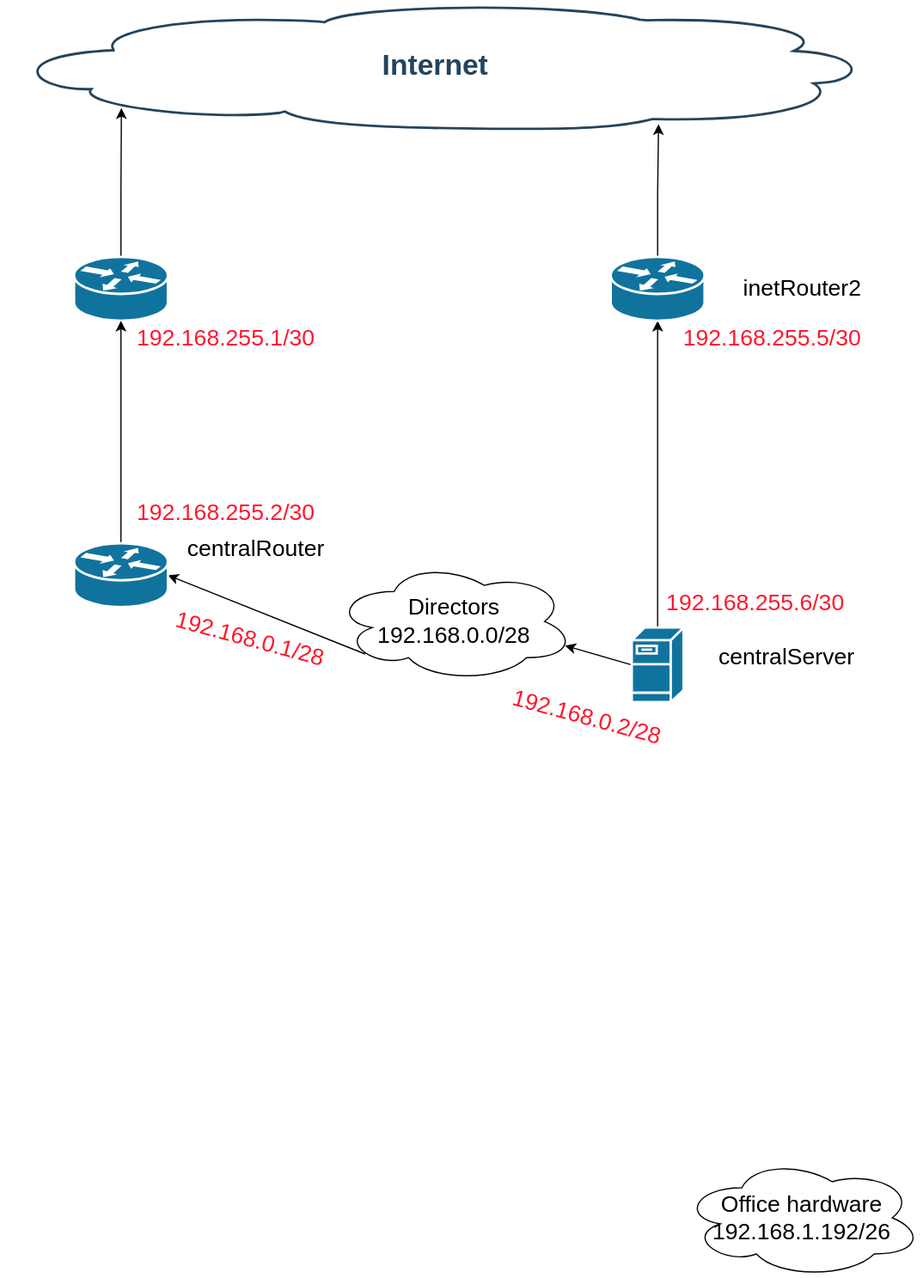
Before: Otus-Iptables/Scheme.svg, a diagram exported from draw.io (gardvor/Otus-Linux). Source tidied: cells renumbered, new cells last; positions are measured from the earlier drawing's top-left corner, leaving out a move shared by most shapes. Source of this version:
```xml
<mxGraphModel>
  <root>
    <mxCell id="0" />
    <mxCell id="1" parent="0" />
    <mxCell id="2" value="Internet" style="shape=mxgraph.cisco.storage.cloud;html=1;dashed=0;strokeColor=#23445D;fillColor=#ffffff;strokeWidth=2;fontFamily=Helvetica;fontSize=24;fontColor=#23445D;align=center;fontStyle=1;" parent="1" vertex="1">
      <mxGeometry width="720" height="106" as="geometry" />
    </mxCell>
    <mxCell id="3" style="edgeStyle=orthogonalEdgeStyle;rounded=0;jettySize=auto;html=1;exitX=0.5;exitY=0;exitDx=0;exitDy=0;exitPerimeter=0;entryX=0.138;entryY=0.833;entryDx=0;entryDy=0;entryPerimeter=0;" parent="1" edge="1" source="4" target="2">
      <mxGeometry relative="1" as="geometry" />
    </mxCell>
    <mxCell id="4" style="shape=mxgraph.cisco.routers.router;html=1;dashed=0;fillColor=#10739E;strokeColor=#ffffff;strokeWidth=2;verticalLabelPosition=bottom;verticalAlign=top;fontFamily=Helvetica;fontSize=36;fontColor=#FFB366;" parent="1" vertex="1">
      <mxGeometry x="60" y="212" width="78" height="53" as="geometry" />
    </mxCell>
    <mxCell id="5" style="rounded=0;jettySize=auto;html=1;exitX=0.13;exitY=0.77;exitDx=0;exitDy=0;exitPerimeter=0;entryX=1;entryY=0.5;entryDx=0;entryDy=0;entryPerimeter=0;fontSize=19;" parent="1" edge="1" source="14" target="10">
      <mxGeometry relative="1" as="geometry" />
    </mxCell>
    <mxCell id="6" style="edgeStyle=none;rounded=0;jettySize=auto;html=1;exitX=0;exitY=0.5;exitDx=0;exitDy=0;exitPerimeter=0;entryX=0.96;entryY=0.7;entryDx=0;entryDy=0;entryPerimeter=0;fontSize=19;fontColor=#FF172E;" parent="1" edge="1" source="8" target="14">
      <mxGeometry relative="1" as="geometry" />
    </mxCell>
    <mxCell id="7" style="edgeStyle=orthogonalEdgeStyle;rounded=0;jettySize=auto;html=1;exitX=0.5;exitY=0;exitDx=0;exitDy=0;exitPerimeter=0;entryX=0.5;entryY=1;entryDx=0;entryDy=0;entryPerimeter=0;" parent="1" edge="1" source="8" target="20">
      <mxGeometry relative="1" as="geometry" />
    </mxCell>
    <mxCell id="8" style="shape=mxgraph.cisco.servers.fileserver;html=1;dashed=0;fillColor=#10739E;strokeColor=#ffffff;strokeWidth=2;verticalLabelPosition=bottom;verticalAlign=top;fontFamily=Helvetica;fontSize=36;fontColor=#FFB366;" parent="1" vertex="1">
      <mxGeometry x="523.5" y="520" width="43" height="62" as="geometry" />
    </mxCell>
    <mxCell id="9" style="edgeStyle=orthogonalEdgeStyle;rounded=0;jettySize=auto;html=1;exitX=0.5;exitY=0;exitDx=0;exitDy=0;exitPerimeter=0;entryX=0.5;entryY=1;entryDx=0;entryDy=0;entryPerimeter=0;fontSize=19;" parent="1" edge="1" source="10" target="4">
      <mxGeometry relative="1" as="geometry" />
    </mxCell>
    <mxCell id="10" style="shape=mxgraph.cisco.routers.router;html=1;dashed=0;fillColor=#10739E;strokeColor=#ffffff;strokeWidth=2;verticalLabelPosition=bottom;verticalAlign=top;fontFamily=Helvetica;fontSize=36;fontColor=#FFB366;" parent="1" vertex="1">
      <mxGeometry x="60" y="450" width="78" height="53" as="geometry" />
    </mxCell>
    <mxCell id="11" value="inetRouter2" style="text;html=1;align=center;verticalAlign=middle;strokeColor=none;fillColor=none;strokeWidth=1;fontSize=19;" parent="1" vertex="1">
      <mxGeometry x="610" y="223.5" width="110" height="30" as="geometry" />
    </mxCell>
    <mxCell id="12" value="centralRouter" style="text;html=1;align=center;verticalAlign=middle;strokeColor=none;fillColor=none;strokeWidth=1;fontSize=19;" parent="1" vertex="1">
      <mxGeometry x="146" y="440" width="130" height="30" as="geometry" />
    </mxCell>
    <mxCell id="13" value="centralServer&lt;br&gt;" style="text;html=1;align=center;verticalAlign=middle;strokeColor=none;fillColor=none;strokeWidth=1;fontSize=19;" parent="1" vertex="1">
      <mxGeometry x="587" y="530" width="130" height="30" as="geometry" />
    </mxCell>
    <mxCell id="14" value="Directors&lt;br&gt;192.168.0.0/28" style="ellipse;shape=cloud;whiteSpace=wrap;html=1;fontSize=19;strokeWidth=1;" parent="1" vertex="1">
      <mxGeometry x="276" y="465" width="200" height="100" as="geometry" />
    </mxCell>
    <mxCell id="15" value="Office hardware&lt;br&gt;192.168.1.192/26" style="ellipse;shape=cloud;whiteSpace=wrap;html=1;fontSize=19;strokeWidth=1;" parent="1" vertex="1">
      <mxGeometry x="565" y="960.5" width="200" height="100" as="geometry" />
    </mxCell>
    <mxCell id="16" value="192.168.255.1/30" style="text;html=1;align=center;verticalAlign=middle;strokeColor=none;fillColor=none;strokeWidth=1;fontSize=19;fontColor=#FF172E;" parent="1" vertex="1">
      <mxGeometry x="106" y="265" width="160" height="30" as="geometry" />
    </mxCell>
    <mxCell id="17" value="192.168.255.2/30" style="text;html=1;align=center;verticalAlign=middle;strokeColor=none;fillColor=none;strokeWidth=1;fontSize=19;fontColor=#FF172E;" parent="1" vertex="1">
      <mxGeometry x="106" y="410" width="160" height="30" as="geometry" />
    </mxCell>
    <mxCell id="18" value="192.168.0.1/28" style="text;html=1;align=center;verticalAlign=middle;strokeColor=none;fillColor=none;strokeWidth=1;fontSize=19;fontColor=#FF172E;rotation=15;" parent="1" vertex="1">
      <mxGeometry x="136" y="515" width="140" height="30" as="geometry" />
    </mxCell>
    <mxCell id="19" style="edgeStyle=orthogonalEdgeStyle;rounded=0;jettySize=auto;html=1;exitX=0.5;exitY=0;exitDx=0;exitDy=0;exitPerimeter=0;entryX=0.758;entryY=0.959;entryDx=0;entryDy=0;entryPerimeter=0;" parent="1" edge="1" source="20" target="2">
      <mxGeometry relative="1" as="geometry" />
    </mxCell>
    <mxCell id="20" style="shape=mxgraph.cisco.routers.router;html=1;dashed=0;fillColor=#10739E;strokeColor=#ffffff;strokeWidth=2;verticalLabelPosition=bottom;verticalAlign=top;fontFamily=Helvetica;fontSize=36;fontColor=#FFB366;" parent="1" vertex="1">
      <mxGeometry x="506" y="212" width="78" height="53" as="geometry" />
    </mxCell>
    <mxCell id="21" value="192.168.255.5/30" style="text;html=1;align=center;verticalAlign=middle;strokeColor=none;fillColor=none;strokeWidth=1;fontSize=19;fontColor=#FF172E;" parent="1" vertex="1">
      <mxGeometry x="560" y="265" width="160" height="30" as="geometry" />
    </mxCell>
    <mxCell id="22" value="192.168.255.6/30" style="text;html=1;align=center;verticalAlign=middle;strokeColor=none;fillColor=none;strokeWidth=1;fontSize=19;fontColor=#FF172E;" parent="1" vertex="1">
      <mxGeometry x="546" y="485" width="160" height="30" as="geometry" />
    </mxCell>
    <mxCell id="23" value="192.168.0.2/28" style="text;html=1;align=center;verticalAlign=middle;strokeColor=none;fillColor=none;strokeWidth=1;fontSize=19;fontColor=#FF172E;rotation=15;" parent="1" vertex="1">
      <mxGeometry x="416" y="580" width="140" height="30" as="geometry" />
    </mxCell>
  </root>
</mxGraphModel>
```
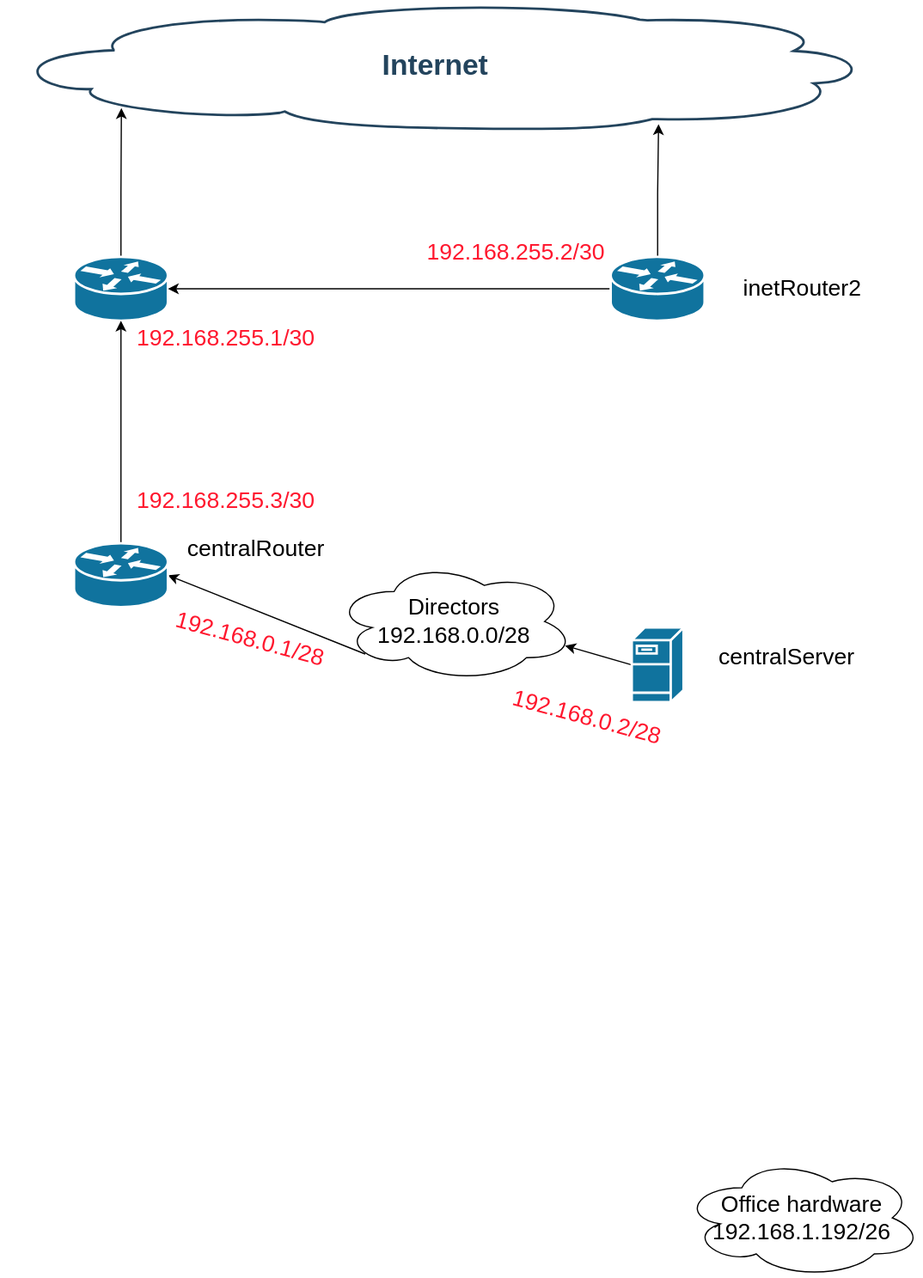
After the change.

Diff of the diagram source:
```diff
@@ -17,9 +17,6 @@
     <mxCell id="6" style="edgeStyle=none;rounded=0;jettySize=auto;html=1;exitX=0;exitY=0.5;exitDx=0;exitDy=0;exitPerimeter=0;entryX=0.96;entryY=0.7;entryDx=0;entryDy=0;entryPerimeter=0;fontSize=19;fontColor=#FF172E;" parent="1" edge="1" source="8" target="14">
       <mxGeometry relative="1" as="geometry" />
     </mxCell>
-    <mxCell id="7" style="edgeStyle=orthogonalEdgeStyle;rounded=0;jettySize=auto;html=1;exitX=0.5;exitY=0;exitDx=0;exitDy=0;exitPerimeter=0;entryX=0.5;entryY=1;entryDx=0;entryDy=0;entryPerimeter=0;" parent="1" edge="1" source="8" target="20">
-      <mxGeometry relative="1" as="geometry" />
-    </mxCell>
     <mxCell id="8" style="shape=mxgraph.cisco.servers.fileserver;html=1;dashed=0;fillColor=#10739E;strokeColor=#ffffff;strokeWidth=2;verticalLabelPosition=bottom;verticalAlign=top;fontFamily=Helvetica;fontSize=36;fontColor=#FFB366;" parent="1" vertex="1">
       <mxGeometry x="523.5" y="520" width="43" height="62" as="geometry" />
     </mxCell>
@@ -48,7 +45,7 @@
       <mxGeometry x="106" y="265" width="160" height="30" as="geometry" />
     </mxCell>
     <mxCell id="17" value="192.168.255.2/30" style="text;html=1;align=center;verticalAlign=middle;strokeColor=none;fillColor=none;strokeWidth=1;fontSize=19;fontColor=#FF172E;" parent="1" vertex="1">
-      <mxGeometry x="106" y="410" width="160" height="30" as="geometry" />
+      <mxGeometry x="347" y="193.5" width="160" height="30" as="geometry" />
     </mxCell>
     <mxCell id="18" value="192.168.0.1/28" style="text;html=1;align=center;verticalAlign=middle;strokeColor=none;fillColor=none;strokeWidth=1;fontSize=19;fontColor=#FF172E;rotation=15;" parent="1" vertex="1">
       <mxGeometry x="136" y="515" width="140" height="30" as="geometry" />
@@ -56,17 +53,17 @@
     <mxCell id="19" style="edgeStyle=orthogonalEdgeStyle;rounded=0;jettySize=auto;html=1;exitX=0.5;exitY=0;exitDx=0;exitDy=0;exitPerimeter=0;entryX=0.758;entryY=0.959;entryDx=0;entryDy=0;entryPerimeter=0;" parent="1" edge="1" source="20" target="2">
       <mxGeometry relative="1" as="geometry" />
     </mxCell>
+    <mxCell id="24" style="edgeStyle=orthogonalEdgeStyle;rounded=0;jettySize=auto;html=1;exitX=0;exitY=0.5;exitDx=0;exitDy=0;exitPerimeter=0;entryX=1;entryY=0.5;entryDx=0;entryDy=0;entryPerimeter=0;" parent="1" edge="1" source="20" target="4">
+      <mxGeometry relative="1" as="geometry" />
+    </mxCell>
     <mxCell id="20" style="shape=mxgraph.cisco.routers.router;html=1;dashed=0;fillColor=#10739E;strokeColor=#ffffff;strokeWidth=2;verticalLabelPosition=bottom;verticalAlign=top;fontFamily=Helvetica;fontSize=36;fontColor=#FFB366;" parent="1" vertex="1">
       <mxGeometry x="506" y="212" width="78" height="53" as="geometry" />
     </mxCell>
-    <mxCell id="21" value="192.168.255.5/30" style="text;html=1;align=center;verticalAlign=middle;strokeColor=none;fillColor=none;strokeWidth=1;fontSize=19;fontColor=#FF172E;" parent="1" vertex="1">
-      <mxGeometry x="560" y="265" width="160" height="30" as="geometry" />
-    </mxCell>
-    <mxCell id="22" value="192.168.255.6/30" style="text;html=1;align=center;verticalAlign=middle;strokeColor=none;fillColor=none;strokeWidth=1;fontSize=19;fontColor=#FF172E;" parent="1" vertex="1">
-      <mxGeometry x="546" y="485" width="160" height="30" as="geometry" />
-    </mxCell>
     <mxCell id="23" value="192.168.0.2/28" style="text;html=1;align=center;verticalAlign=middle;strokeColor=none;fillColor=none;strokeWidth=1;fontSize=19;fontColor=#FF172E;rotation=15;" parent="1" vertex="1">
       <mxGeometry x="416" y="580" width="140" height="30" as="geometry" />
     </mxCell>
+    <mxCell id="25" value="192.168.255.3/30" style="text;html=1;align=center;verticalAlign=middle;strokeColor=none;fillColor=none;strokeWidth=1;fontSize=19;fontColor=#FF172E;" parent="1" vertex="1">
+      <mxGeometry x="106" y="400" width="160" height="30" as="geometry" />
+    </mxCell>
   </root>
 </mxGraphModel>
```
